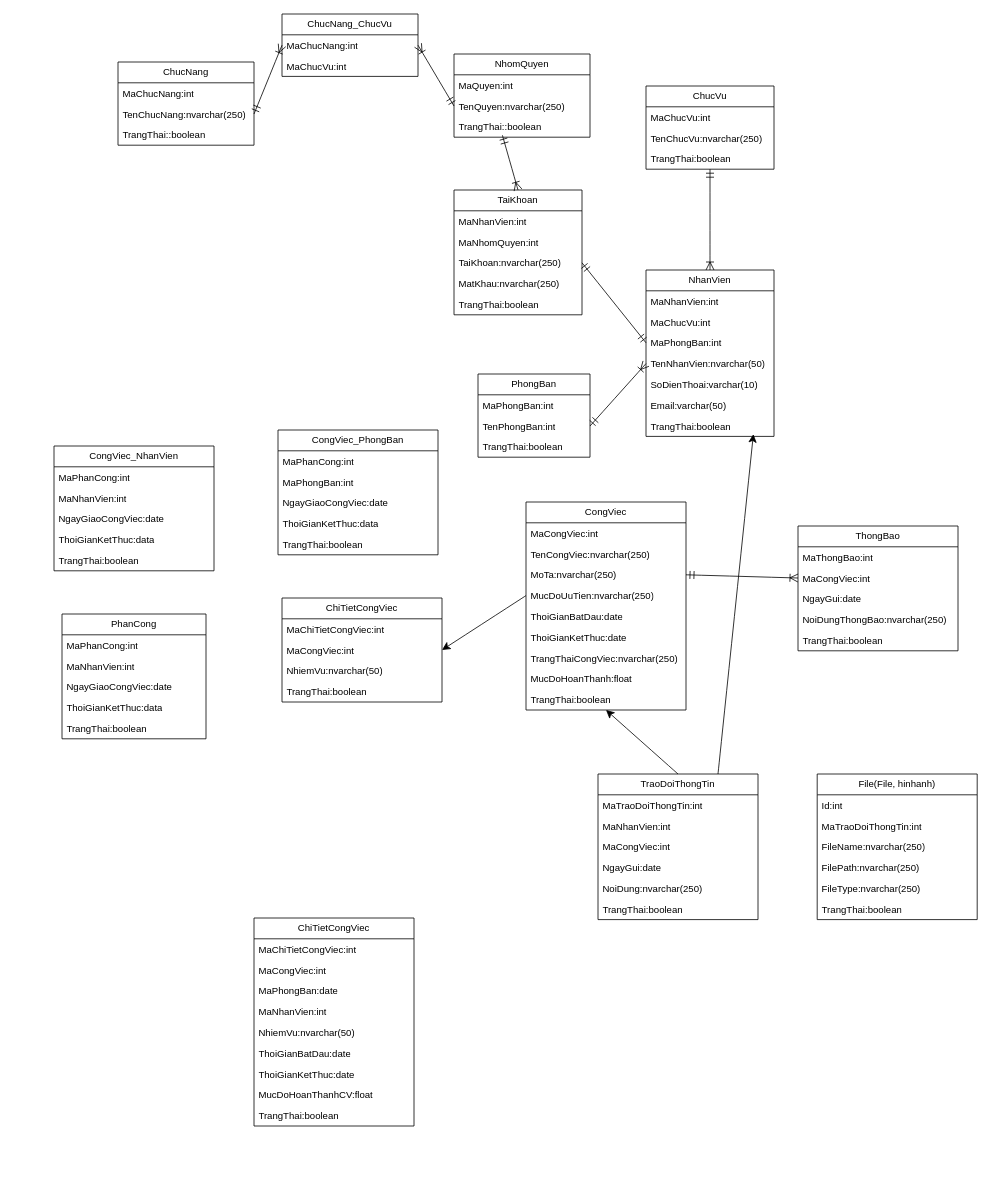
This is j2ee.drawio from maivantai2003/vercelDemo, a draw.io file, before an edit. Source tidied: cells renumbered, new cells numbered last; positions are measured from the earlier drawing's top-left corner, leaving out a move shared by most shapes. Both pictures are drawn from the tidied source at 80%, with x=0, y=0 at pixel (54, 14).
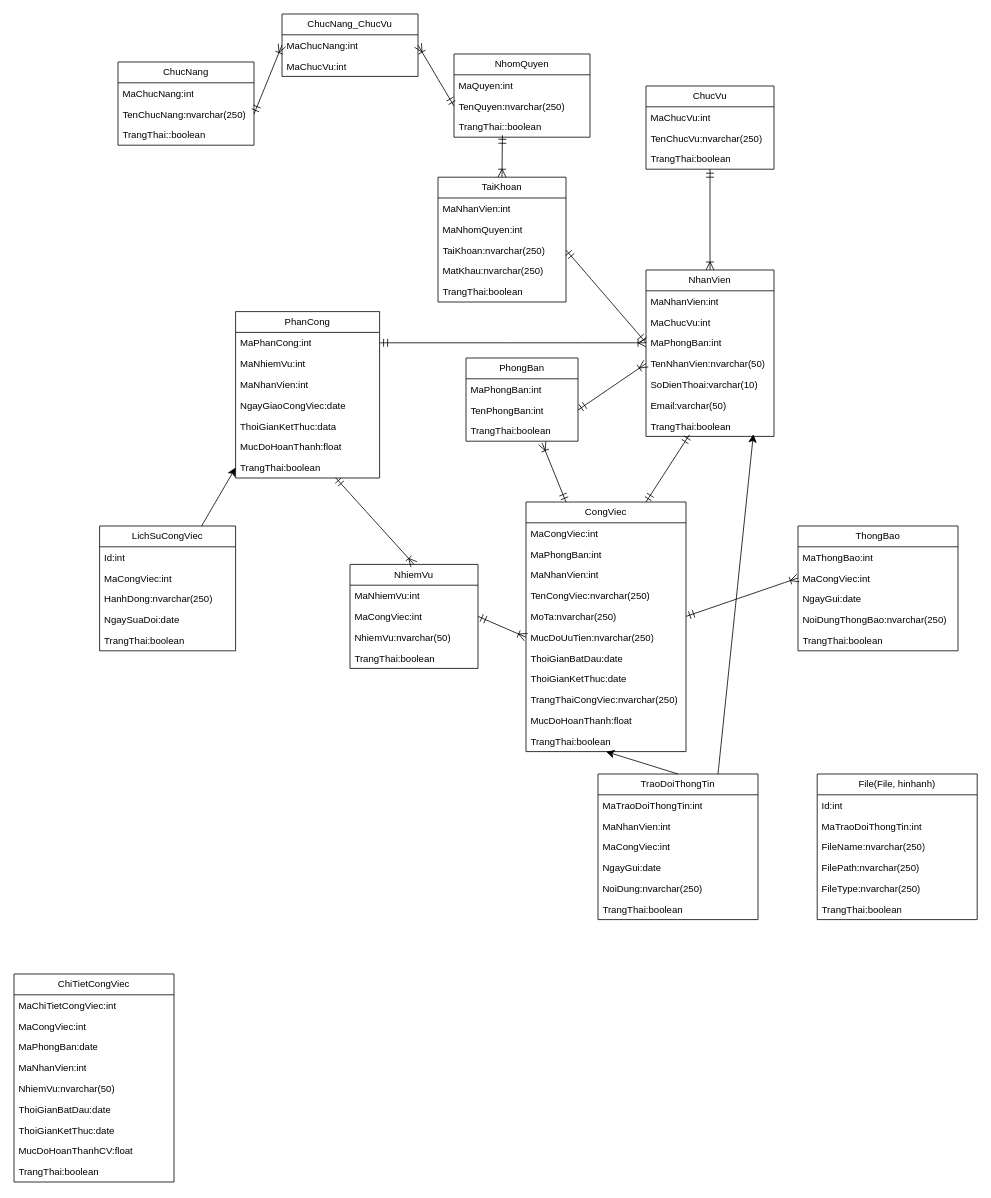
After the change.

Unchanged cells that the change refers to:
```xml
<mxCell id="12" value="MaPhongBan:int" style="text;strokeColor=none;fillColor=none;align=left;verticalAlign=top;spacingLeft=4;spacingRight=4;overflow=hidden;points=[[0,0.5],[1,0.5]];portConstraint=eastwest;whiteSpace=wrap;html=1;" parent="9" vertex="1">
  <mxGeometry y="78" width="160" height="26" as="geometry" />
</mxCell>
<mxCell id="16" value="TrangThai:boolean" style="text;strokeColor=none;fillColor=none;align=left;verticalAlign=top;spacingLeft=4;spacingRight=4;overflow=hidden;points=[[0,0.5],[1,0.5]];portConstraint=eastwest;whiteSpace=wrap;html=1;" parent="9" vertex="1">
  <mxGeometry y="182" width="160" height="26" as="geometry" />
</mxCell>
<mxCell id="20" value="TrangThai:boolean" style="text;strokeColor=none;fillColor=none;align=left;verticalAlign=top;spacingLeft=4;spacingRight=4;overflow=hidden;points=[[0,0.5],[1,0.5]];portConstraint=eastwest;whiteSpace=wrap;html=1;" parent="17" vertex="1">
  <mxGeometry y="78" width="140" height="26" as="geometry" />
</mxCell>
<mxCell id="94" value="MaPhanCong:int" style="text;strokeColor=none;fillColor=none;align=left;verticalAlign=top;spacingLeft=4;spacingRight=4;overflow=hidden;points=[[0,0.5],[1,0.5]];portConstraint=eastwest;whiteSpace=wrap;html=1;" parent="93" vertex="1">
  <mxGeometry y="26" width="180" height="26" as="geometry" />
</mxCell>
```

The edit, as a diff of the source:
```diff
@@
     <mxCell id="2" value="TaiKhoan" style="swimlane;fontStyle=0;horizontal=1;startSize=26;fillColor=none;whiteSpace=wrap;html=1;" parent="1" vertex="1">
-      <mxGeometry x="500" y="220" width="160" height="156" as="geometry" />
+      <mxGeometry x="480" y="204" width="160" height="156" as="geometry" />
     </mxCell>
@@
     <mxCell id="17" value="PhongBan" style="swimlane;fontStyle=0;horizontal=1;startSize=26;fillColor=none;whiteSpace=wrap;html=1;" parent="1" vertex="1">
-      <mxGeometry x="530" y="450" width="140" height="104" as="geometry" />
+      <mxGeometry x="515" y="430" width="140" height="104" as="geometry" />
     </mxCell>
@@
     <mxCell id="22" value="CongViec" style="swimlane;fontStyle=0;horizontal=1;startSize=26;fillColor=none;whiteSpace=wrap;html=1;" parent="1" vertex="1">
-      <mxGeometry x="590" y="610" width="200" height="260" as="geometry" />
+      <mxGeometry x="590" y="610" width="200" height="312" as="geometry" />
     </mxCell>
@@
+    <mxCell id="56" value="MaPhongBan:int" style="text;strokeColor=none;fillColor=none;align=left;verticalAlign=top;spacingLeft=4;spacingRight=4;overflow=hidden;whiteSpace=wrap;html=1;" parent="22" vertex="1">
+      <mxGeometry y="52" width="200" height="26" as="geometry" />
+    </mxCell>
+    <mxCell id="34" value="MaNhanVien:int" style="text;strokeColor=none;fillColor=none;align=left;verticalAlign=top;spacingLeft=4;spacingRight=4;overflow=hidden;whiteSpace=wrap;html=1;" parent="22" vertex="1">
+      <mxGeometry y="78" width="200" height="26" as="geometry" />
+    </mxCell>
     <mxCell id="24" value="TenCongViec:nvarchar(250)" style="text;strokeColor=none;fillColor=none;align=left;verticalAlign=top;spacingLeft=4;spacingRight=4;overflow=hidden;whiteSpace=wrap;html=1;" parent="22" vertex="1">
-      <mxGeometry y="52" width="200" height="26" as="geometry" />
+      <mxGeometry y="104" width="200" height="26" as="geometry" />
     </mxCell>
     <mxCell id="25" value="MoTa:nvarchar(250)" style="text;strokeColor=none;fillColor=none;align=left;verticalAlign=top;spacingLeft=4;spacingRight=4;overflow=hidden;points=[[0,0.5],[1,0.5]];portConstraint=eastwest;whiteSpace=wrap;html=1;" parent="22" vertex="1">
-      <mxGeometry y="78" width="200" height="26" as="geometry" />
+      <mxGeometry y="130" width="200" height="26" as="geometry" />
     </mxCell>
     <mxCell id="26" value="MucDoUuTien:nvarchar(250)" style="text;strokeColor=none;fillColor=none;align=left;verticalAlign=top;spacingLeft=4;spacingRight=4;overflow=hidden;points=[[0,0.5],[1,0.5]];portConstraint=eastwest;whiteSpace=wrap;html=1;" parent="22" vertex="1">
-      <mxGeometry y="104" width="200" height="26" as="geometry" />
+      <mxGeometry y="156" width="200" height="26" as="geometry" />
     </mxCell>
     <mxCell id="27" value="ThoiGianBatDau:date" style="text;strokeColor=none;fillColor=none;align=left;verticalAlign=top;spacingLeft=4;spacingRight=4;overflow=hidden;whiteSpace=wrap;html=1;" parent="22" vertex="1">
-      <mxGeometry y="130" width="200" height="26" as="geometry" />
+      <mxGeometry y="182" width="200" height="26" as="geometry" />
     </mxCell>
     <mxCell id="28" value="ThoiGianKetThuc:date" style="text;strokeColor=none;fillColor=none;align=left;verticalAlign=top;spacingLeft=4;spacingRight=4;overflow=hidden;whiteSpace=wrap;html=1;" parent="22" vertex="1">
-      <mxGeometry y="156" width="200" height="26" as="geometry" />
+      <mxGeometry y="208" width="200" height="26" as="geometry" />
     </mxCell>
     <mxCell id="29" value="TrangThaiCongViec:nvarchar(250)" style="text;strokeColor=none;fillColor=none;align=left;verticalAlign=top;spacingLeft=4;spacingRight=4;overflow=hidden;whiteSpace=wrap;html=1;" parent="22" vertex="1">
-      <mxGeometry y="182" width="200" height="26" as="geometry" />
+      <mxGeometry y="234" width="200" height="26" as="geometry" />
     </mxCell>
     <mxCell id="30" value="MucDoHoanThanh:float" style="text;strokeColor=none;fillColor=none;align=left;verticalAlign=top;spacingLeft=4;spacingRight=4;overflow=hidden;whiteSpace=wrap;html=1;" parent="22" vertex="1">
-      <mxGeometry y="208" width="200" height="26" as="geometry" />
+      <mxGeometry y="260" width="200" height="26" as="geometry" />
     </mxCell>
     <mxCell id="31" value="TrangThai:boolean" style="text;strokeColor=none;fillColor=none;align=left;verticalAlign=top;spacingLeft=4;spacingRight=4;overflow=hidden;whiteSpace=wrap;html=1;" parent="22" vertex="1">
-      <mxGeometry y="234" width="200" height="26" as="geometry" />
+      <mxGeometry y="286" width="200" height="26" as="geometry" />
     </mxCell>
-    <mxCell id="32" value="CongViec_NhanVien" style="swimlane;fontStyle=0;horizontal=1;startSize=26;fillColor=none;whiteSpace=wrap;html=1;" parent="1" vertex="1">
-      <mxGeometry y="540" width="200" height="156" as="geometry" />
-    </mxCell>
-    <mxCell id="33" value="MaPhanCong:int" style="text;strokeColor=none;fillColor=none;align=left;verticalAlign=top;spacingLeft=4;spacingRight=4;overflow=hidden;whiteSpace=wrap;html=1;" parent="32" vertex="1">
-      <mxGeometry y="26" width="200" height="26" as="geometry" />
-    </mxCell>
-    <mxCell id="34" value="MaNhanVien:int" style="text;strokeColor=none;fillColor=none;align=left;verticalAlign=top;spacingLeft=4;spacingRight=4;overflow=hidden;whiteSpace=wrap;html=1;" parent="32" vertex="1">
-      <mxGeometry y="52" width="200" height="26" as="geometry" />
-    </mxCell>
-    <mxCell id="35" value="NgayGiaoCongViec:date" style="text;strokeColor=none;fillColor=none;align=left;verticalAlign=top;spacingLeft=4;spacingRight=4;overflow=hidden;whiteSpace=wrap;html=1;" parent="32" vertex="1">
-      <mxGeometry y="78" width="200" height="26" as="geometry" />
-    </mxCell>
-    <mxCell id="36" value="ThoiGianKetThuc:data" style="text;strokeColor=none;fillColor=none;align=left;verticalAlign=top;spacingLeft=4;spacingRight=4;overflow=hidden;whiteSpace=wrap;html=1;" parent="32" vertex="1">
-      <mxGeometry y="104" width="200" height="26" as="geometry" />
-    </mxCell>
-    <mxCell id="37" value="TrangThai:boolean" style="text;strokeColor=none;fillColor=none;align=left;verticalAlign=top;spacingLeft=4;spacingRight=4;overflow=hidden;whiteSpace=wrap;html=1;" parent="32" vertex="1">
-      <mxGeometry y="130" width="200" height="26" as="geometry" />
-    </mxCell>
@@
-    <mxCell id="54" value="CongViec_PhongBan" style="swimlane;fontStyle=0;horizontal=1;startSize=26;fillColor=none;whiteSpace=wrap;html=1;" parent="1" vertex="1">
-      <mxGeometry x="280" y="520" width="200" height="156" as="geometry" />
-    </mxCell>
-    <mxCell id="55" value="MaPhanCong:int" style="text;strokeColor=none;fillColor=none;align=left;verticalAlign=top;spacingLeft=4;spacingRight=4;overflow=hidden;whiteSpace=wrap;html=1;" parent="54" vertex="1">
-      <mxGeometry y="26" width="200" height="26" as="geometry" />
-    </mxCell>
-    <mxCell id="56" value="MaPhongBan:int" style="text;strokeColor=none;fillColor=none;align=left;verticalAlign=top;spacingLeft=4;spacingRight=4;overflow=hidden;whiteSpace=wrap;html=1;" parent="54" vertex="1">
-      <mxGeometry y="52" width="200" height="26" as="geometry" />
-    </mxCell>
-    <mxCell id="57" value="NgayGiaoCongViec:date" style="text;strokeColor=none;fillColor=none;align=left;verticalAlign=top;spacingLeft=4;spacingRight=4;overflow=hidden;whiteSpace=wrap;html=1;" parent="54" vertex="1">
-      <mxGeometry y="78" width="200" height="26" as="geometry" />
-    </mxCell>
-    <mxCell id="58" value="ThoiGianKetThuc:data" style="text;strokeColor=none;fillColor=none;align=left;verticalAlign=top;spacingLeft=4;spacingRight=4;overflow=hidden;whiteSpace=wrap;html=1;" parent="54" vertex="1">
-      <mxGeometry y="104" width="200" height="26" as="geometry" />
-    </mxCell>
-    <mxCell id="59" value="TrangThai:boolean" style="text;strokeColor=none;fillColor=none;align=left;verticalAlign=top;spacingLeft=4;spacingRight=4;overflow=hidden;whiteSpace=wrap;html=1;" parent="54" vertex="1">
-      <mxGeometry y="130" width="200" height="26" as="geometry" />
-    </mxCell>
@@
-    <mxCell id="87" style="edgeStyle=none;curved=1;rounded=0;jettySize=auto;html=1;exitX=0;exitY=0.5;exitDx=0;exitDy=0;entryX=1;entryY=0.5;entryDx=0;entryDy=0;fontSize=12;startSize=8;endSize=8;" parent="1" edge="1" source="26" target="90">
+    <mxCell id="87" style="edgeStyle=none;curved=1;rounded=0;jettySize=auto;html=1;exitX=0;exitY=0.5;exitDx=0;exitDy=0;entryX=1;entryY=0.5;entryDx=0;entryDy=0;fontSize=12;startSize=8;endSize=8;startArrow=ERoneToMany;startFill=0;endArrow=ERmandOne;endFill=0;" parent="1" edge="1" source="26" target="90">
       <mxGeometry relative="1" as="geometry" />
     </mxCell>
-    <mxCell id="88" value="ChiTietCongViec" style="swimlane;fontStyle=0;horizontal=1;startSize=26;fillColor=none;whiteSpace=wrap;html=1;" parent="1" vertex="1">
-      <mxGeometry x="285" y="730" width="200" height="130" as="geometry" />
+    <mxCell id="88" value="NhiemVu" style="swimlane;fontStyle=0;horizontal=1;startSize=26;fillColor=none;whiteSpace=wrap;html=1;" parent="1" vertex="1">
+      <mxGeometry x="370" y="688" width="160" height="130" as="geometry" />
     </mxCell>
-    <mxCell id="89" value="MaChiTietCongViec:int" style="text;strokeColor=none;fillColor=none;align=left;verticalAlign=top;spacingLeft=4;spacingRight=4;overflow=hidden;whiteSpace=wrap;html=1;" parent="88" vertex="1">
-      <mxGeometry y="26" width="200" height="26" as="geometry" />
+    <mxCell id="89" value="MaNhiemVu:int" style="text;strokeColor=none;fillColor=none;align=left;verticalAlign=top;spacingLeft=4;spacingRight=4;overflow=hidden;whiteSpace=wrap;html=1;" parent="88" vertex="1">
+      <mxGeometry y="26" width="160" height="26" as="geometry" />
     </mxCell>
     <mxCell id="90" value="MaCongViec:int" style="text;strokeColor=none;fillColor=none;align=left;verticalAlign=top;spacingLeft=4;spacingRight=4;overflow=hidden;points=[[0,0.5],[1,0.5]];portConstraint=eastwest;whiteSpace=wrap;html=1;" parent="88" vertex="1">
-      <mxGeometry y="52" width="200" height="26" as="geometry" />
+      <mxGeometry y="52" width="160" height="26" as="geometry" />
     </mxCell>
     <mxCell id="91" value="NhiemVu:nvarchar(50)" style="text;strokeColor=none;fillColor=none;align=left;verticalAlign=top;spacingLeft=4;spacingRight=4;overflow=hidden;whiteSpace=wrap;html=1;" parent="88" vertex="1">
-      <mxGeometry y="78" width="200" height="26" as="geometry" />
+      <mxGeometry y="78" width="160" height="26" as="geometry" />
     </mxCell>
     <mxCell id="92" value="TrangThai:boolean" style="text;strokeColor=none;fillColor=none;align=left;verticalAlign=top;spacingLeft=4;spacingRight=4;overflow=hidden;whiteSpace=wrap;html=1;" parent="88" vertex="1">
-      <mxGeometry y="104" width="200" height="26" as="geometry" />
+      <mxGeometry y="104" width="160" height="26" as="geometry" />
     </mxCell>
+    <mxCell id="109" style="edgeStyle=none;curved=1;rounded=0;jettySize=auto;html=1;exitX=0.694;exitY=0.985;exitDx=0;exitDy=0;entryX=0.5;entryY=0;entryDx=0;entryDy=0;fontSize=12;startSize=8;endSize=8;endArrow=ERoneToMany;endFill=0;startArrow=ERmandOne;startFill=0;exitPerimeter=0;" parent="1" edge="1" source="98" target="88">
+      <mxGeometry relative="1" as="geometry" />
+    </mxCell>
     <mxCell id="93" value="PhanCong" style="swimlane;fontStyle=0;horizontal=1;startSize=26;fillColor=none;whiteSpace=wrap;html=1;" parent="1" vertex="1">
-      <mxGeometry x="10" y="750" width="180" height="156" as="geometry" />
+      <mxGeometry x="227" y="372" width="180" height="208" as="geometry" />
     </mxCell>
@@
+    <mxCell id="110" value="MaNhiemVu:int" style="text;strokeColor=none;fillColor=none;align=left;verticalAlign=top;spacingLeft=4;spacingRight=4;overflow=hidden;whiteSpace=wrap;html=1;" parent="93" vertex="1">
+      <mxGeometry y="52" width="180" height="26" as="geometry" />
+    </mxCell>
     <mxCell id="95" value="MaNhanVien:int" style="text;strokeColor=none;fillColor=none;align=left;verticalAlign=top;spacingLeft=4;spacingRight=4;overflow=hidden;whiteSpace=wrap;html=1;" parent="93" vertex="1">
-      <mxGeometry y="52" width="180" height="26" as="geometry" />
+      <mxGeometry y="78" width="180" height="26" as="geometry" />
     </mxCell>
     <mxCell id="96" value="NgayGiaoCongViec:date" style="text;strokeColor=none;fillColor=none;align=left;verticalAlign=top;spacingLeft=4;spacingRight=4;overflow=hidden;whiteSpace=wrap;html=1;" parent="93" vertex="1">
-      <mxGeometry y="78" width="180" height="26" as="geometry" />
+      <mxGeometry y="104" width="180" height="26" as="geometry" />
     </mxCell>
     <mxCell id="97" value="ThoiGianKetThuc:data" style="text;strokeColor=none;fillColor=none;align=left;verticalAlign=top;spacingLeft=4;spacingRight=4;overflow=hidden;whiteSpace=wrap;html=1;" parent="93" vertex="1">
-      <mxGeometry y="104" width="180" height="26" as="geometry" />
+      <mxGeometry y="130" width="180" height="26" as="geometry" />
     </mxCell>
+    <mxCell id="111" value="MucDoHoanThanh:float" style="text;strokeColor=none;fillColor=none;align=left;verticalAlign=top;spacingLeft=4;spacingRight=4;overflow=hidden;whiteSpace=wrap;html=1;" parent="93" vertex="1">
+      <mxGeometry y="156" width="180" height="26" as="geometry" />
+    </mxCell>
     <mxCell id="98" value="TrangThai:boolean" style="text;strokeColor=none;fillColor=none;align=left;verticalAlign=top;spacingLeft=4;spacingRight=4;overflow=hidden;points=[[0,0.5],[1,0.5]];portConstraint=eastwest;whiteSpace=wrap;html=1;" parent="93" vertex="1">
-      <mxGeometry y="130" width="180" height="26" as="geometry" />
+      <mxGeometry y="182" width="180" height="26" as="geometry" />
     </mxCell>
     <mxCell id="99" value="ChiTietCongViec" style="swimlane;fontStyle=0;horizontal=1;startSize=26;fillColor=none;whiteSpace=wrap;html=1;" parent="1" vertex="1">
-      <mxGeometry x="250" y="1130" width="200" height="260" as="geometry" />
+      <mxGeometry x="-50" y="1200" width="200" height="260" as="geometry" />
     </mxCell>
@@
+    <mxCell id="112" style="edgeStyle=none;curved=1;rounded=0;jettySize=auto;html=1;exitX=1;exitY=0.5;exitDx=0;exitDy=0;entryX=0;entryY=0.5;entryDx=0;entryDy=0;fontSize=12;startSize=8;endSize=8;endArrow=ERoneToMany;endFill=0;startArrow=ERmandOne;startFill=0;" parent="1" edge="1" source="94" target="12">
+      <mxGeometry relative="1" as="geometry" />
+    </mxCell>
+    <mxCell id="113" style="edgeStyle=none;curved=1;rounded=0;jettySize=auto;html=1;exitX=0.75;exitY=0;exitDx=0;exitDy=0;entryX=0.339;entryY=0.923;entryDx=0;entryDy=0;entryPerimeter=0;fontSize=12;startSize=8;endSize=8;startArrow=ERmandOne;startFill=0;endArrow=ERmandOne;endFill=0;" parent="1" edge="1" source="22" target="16">
+      <mxGeometry relative="1" as="geometry" />
+    </mxCell>
+    <mxCell id="114" style="edgeStyle=none;curved=1;rounded=0;jettySize=auto;html=1;exitX=0.25;exitY=0;exitDx=0;exitDy=0;entryX=0.68;entryY=1.092;entryDx=0;entryDy=0;entryPerimeter=0;fontSize=12;startSize=8;endSize=8;startArrow=ERmandOne;startFill=0;endArrow=ERoneToMany;endFill=0;" parent="1" edge="1" source="22" target="20">
+      <mxGeometry relative="1" as="geometry" />
+    </mxCell>
+    <mxCell id="115" style="edgeStyle=none;curved=1;rounded=0;jettySize=auto;html=1;exitX=0.75;exitY=0;exitDx=0;exitDy=0;entryX=0;entryY=0.5;entryDx=0;entryDy=0;fontSize=12;startSize=8;endSize=8;" parent="1" edge="1" source="116" target="98">
+      <mxGeometry relative="1" as="geometry" />
+    </mxCell>
+    <mxCell id="116" value="LichSuCongViec" style="swimlane;fontStyle=0;horizontal=1;startSize=26;fillColor=none;whiteSpace=wrap;html=1;" parent="1" vertex="1">
+      <mxGeometry x="57" y="640" width="170" height="156" as="geometry" />
+    </mxCell>
+    <mxCell id="117" value="Id:int" style="text;strokeColor=none;fillColor=none;align=left;verticalAlign=top;spacingLeft=4;spacingRight=4;overflow=hidden;whiteSpace=wrap;html=1;" parent="116" vertex="1">
+      <mxGeometry y="26" width="170" height="26" as="geometry" />
+    </mxCell>
+    <mxCell id="118" value="MaCongViec:int" style="text;strokeColor=none;fillColor=none;align=left;verticalAlign=top;spacingLeft=4;spacingRight=4;overflow=hidden;whiteSpace=wrap;html=1;" parent="116" vertex="1">
+      <mxGeometry y="52" width="170" height="26" as="geometry" />
+    </mxCell>
+    <mxCell id="119" value="HanhDong:nvarchar(250)" style="text;strokeColor=none;fillColor=none;align=left;verticalAlign=top;spacingLeft=4;spacingRight=4;overflow=hidden;whiteSpace=wrap;html=1;" parent="116" vertex="1">
+      <mxGeometry y="78" width="170" height="26" as="geometry" />
+    </mxCell>
+    <mxCell id="120" value="NgaySuaDoi:date" style="text;strokeColor=none;fillColor=none;align=left;verticalAlign=top;spacingLeft=4;spacingRight=4;overflow=hidden;whiteSpace=wrap;html=1;" parent="116" vertex="1">
+      <mxGeometry y="104" width="170" height="26" as="geometry" />
+    </mxCell>
+    <mxCell id="121" value="TrangThai:boolean" style="text;strokeColor=none;fillColor=none;align=left;verticalAlign=top;spacingLeft=4;spacingRight=4;overflow=hidden;whiteSpace=wrap;html=1;" parent="116" vertex="1">
+      <mxGeometry y="130" width="170" height="26" as="geometry" />
+    </mxCell>
```
